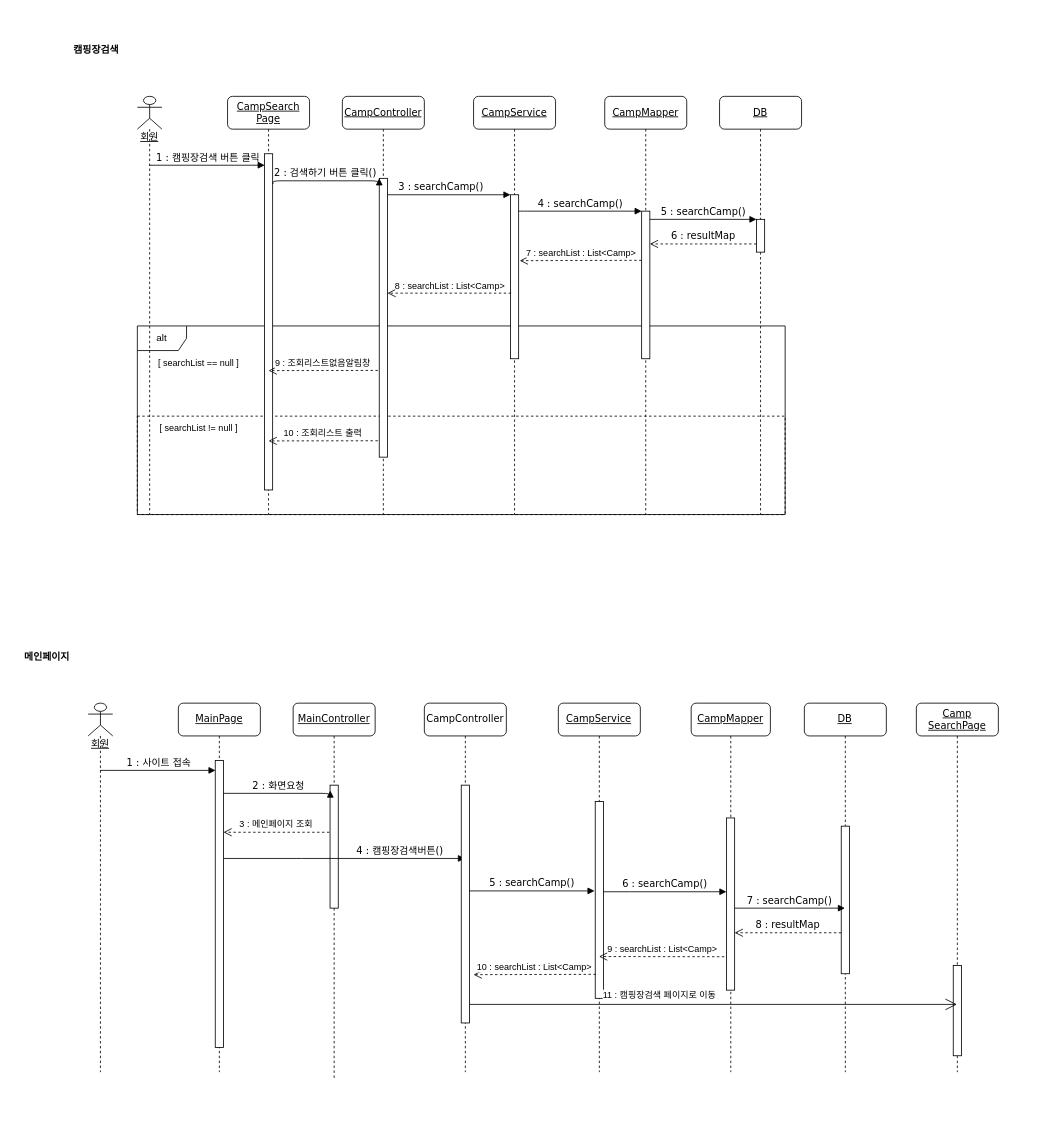
Before: UML/minju_sequence.drawio in boming09/FinalProject, a draw.io diagram. Source tidied: cells renumbered, new cells numbered last; positions are measured from the earlier drawing's top-left corner, leaving out a move shared by most shapes. Both pictures are drawn from the tidied source at 82%, with x=0, y=0 at pixel (14, 39).
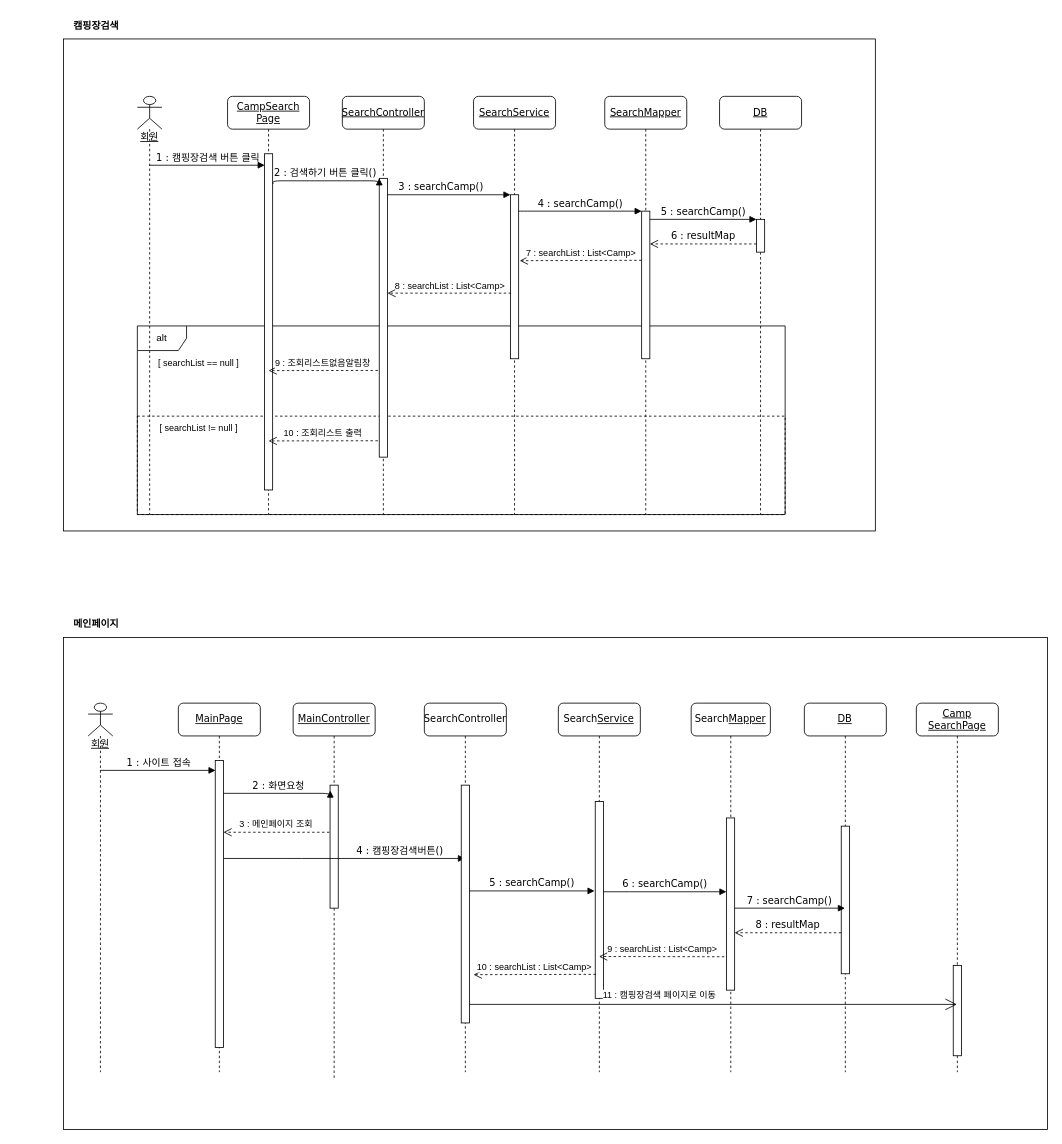
After the change.

Diff of the diagram source:
```diff
@@
+    <mxCell id="56" style="rounded=0;whiteSpace=wrap;html=1;" parent="1" vertex="1">
+      <mxGeometry x="60" width="990" height="600" as="geometry" />
+    </mxCell>
+    <mxCell id="57" style="rounded=0;whiteSpace=wrap;html=1;" parent="1" vertex="1">
+      <mxGeometry x="60" y="730" width="1200" height="600" as="geometry" />
+    </mxCell>
@@
-    <mxCell id="4" value="&lt;u&gt;CampController&lt;/u&gt;" style="shape=umlLifeline;perimeter=lifelinePerimeter;whiteSpace=wrap;html=1;rounded=1;shadow=0;comic=0;labelBackgroundColor=none;strokeWidth=1;fontFamily=Verdana;fontSize=12;align=center;" parent="1" vertex="1">
+    <mxCell id="4" value="&lt;u&gt;SearchController&lt;/u&gt;" style="shape=umlLifeline;perimeter=lifelinePerimeter;whiteSpace=wrap;html=1;rounded=1;shadow=0;comic=0;labelBackgroundColor=none;strokeWidth=1;fontFamily=Verdana;fontSize=12;align=center;" parent="1" vertex="1">
       <mxGeometry x="400" y="70" width="100" height="510" as="geometry" />
     </mxCell>
@@
-    <mxCell id="6" value="&lt;u&gt;CampService&lt;/u&gt;" style="shape=umlLifeline;perimeter=lifelinePerimeter;whiteSpace=wrap;html=1;rounded=1;shadow=0;comic=0;labelBackgroundColor=none;strokeWidth=1;fontFamily=Verdana;fontSize=12;align=center;" parent="1" vertex="1">
+    <mxCell id="6" value="&lt;u&gt;SearchService&lt;/u&gt;" style="shape=umlLifeline;perimeter=lifelinePerimeter;whiteSpace=wrap;html=1;rounded=1;shadow=0;comic=0;labelBackgroundColor=none;strokeWidth=1;fontFamily=Verdana;fontSize=12;align=center;" parent="1" vertex="1">
       <mxGeometry x="560" y="70" width="100" height="510" as="geometry" />
     </mxCell>
@@
-    <mxCell id="8" value="&lt;u&gt;CampMapper&lt;/u&gt;" style="shape=umlLifeline;perimeter=lifelinePerimeter;whiteSpace=wrap;html=1;rounded=1;shadow=0;comic=0;labelBackgroundColor=none;strokeWidth=1;fontFamily=Verdana;fontSize=12;align=center;" parent="1" vertex="1">
+    <mxCell id="8" value="&lt;u&gt;SearchMapper&lt;/u&gt;" style="shape=umlLifeline;perimeter=lifelinePerimeter;whiteSpace=wrap;html=1;rounded=1;shadow=0;comic=0;labelBackgroundColor=none;strokeWidth=1;fontFamily=Verdana;fontSize=12;align=center;" parent="1" vertex="1">
       <mxGeometry x="720" y="70" width="100" height="510" as="geometry" />
     </mxCell>
@@
     <mxCell id="25" value="캠핑장검색" style="text;align=center;fontStyle=1;verticalAlign=middle;spacingLeft=3;spacingRight=3;strokeColor=none;dashed=1;" parent="1" vertex="1">
-      <mxGeometry x="60" width="80" height="26" as="geometry" />
+      <mxGeometry x="60" y="-30" width="80" height="26" as="geometry" />
     </mxCell>
@@
-    <mxCell id="29" value="CampController" style="shape=umlLifeline;perimeter=lifelinePerimeter;whiteSpace=wrap;html=1;outlineConnect=0;rounded=1;shadow=0;comic=0;labelBackgroundColor=none;strokeWidth=1;fontFamily=Verdana;fontSize=12;align=center;" parent="1" vertex="1">
+    <mxCell id="29" value="SearchController" style="shape=umlLifeline;perimeter=lifelinePerimeter;whiteSpace=wrap;html=1;outlineConnect=0;rounded=1;shadow=0;comic=0;labelBackgroundColor=none;strokeWidth=1;fontFamily=Verdana;fontSize=12;align=center;" parent="1" vertex="1">
       <mxGeometry x="500" y="810" width="100" height="450" as="geometry" />
     </mxCell>
@@
     <mxCell id="36" value="메인페이지" style="text;align=center;fontStyle=1;verticalAlign=middle;spacingLeft=3;spacingRight=3;strokeColor=none;dashed=1;" parent="1" vertex="1">
-      <mxGeometry y="740" width="80" height="26" as="geometry" />
+      <mxGeometry x="60" y="700" width="80" height="26" as="geometry" />
     </mxCell>
@@
-    <mxCell id="38" value="&lt;u&gt;CampService&lt;/u&gt;" style="shape=umlLifeline;perimeter=lifelinePerimeter;whiteSpace=wrap;html=1;rounded=1;shadow=0;comic=0;labelBackgroundColor=none;strokeWidth=1;fontFamily=Verdana;fontSize=12;align=center;" parent="1" vertex="1">
+    <mxCell id="38" value="Search&lt;u&gt;Service&lt;/u&gt;" style="shape=umlLifeline;perimeter=lifelinePerimeter;whiteSpace=wrap;html=1;rounded=1;shadow=0;comic=0;labelBackgroundColor=none;strokeWidth=1;fontFamily=Verdana;fontSize=12;align=center;" parent="1" vertex="1">
       <mxGeometry x="663.4" y="810" width="100" height="450" as="geometry" />
     </mxCell>
@@
-    <mxCell id="40" value="&lt;u&gt;CampMapper&lt;/u&gt;" style="shape=umlLifeline;perimeter=lifelinePerimeter;whiteSpace=wrap;html=1;rounded=1;shadow=0;comic=0;labelBackgroundColor=none;strokeWidth=1;fontFamily=Verdana;fontSize=12;align=center;" parent="1" vertex="1">
+    <mxCell id="40" value="Search&lt;u&gt;Mapper&lt;/u&gt;" style="shape=umlLifeline;perimeter=lifelinePerimeter;whiteSpace=wrap;html=1;rounded=1;shadow=0;comic=0;labelBackgroundColor=none;strokeWidth=1;fontFamily=Verdana;fontSize=12;align=center;" parent="1" vertex="1">
       <mxGeometry x="825.4" y="810" width="96.6" height="450" as="geometry" />
     </mxCell>
```
